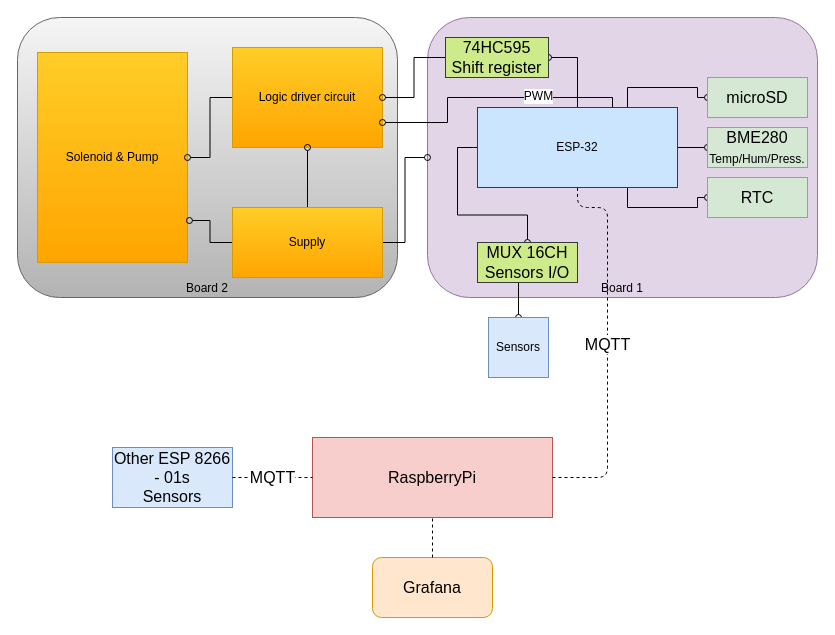
Earlier version of the draw.io diagram docs/other/sys-dia-v3-3.drawio (br-mat/bewae). Source tidied: cells renumbered, new cells numbered last; positions are measured from the earlier drawing's top-left corner, leaving out a move shared by most shapes. Both pictures are drawn from the tidied source at 100%, with x=0, y=0 at pixel (17, 17).
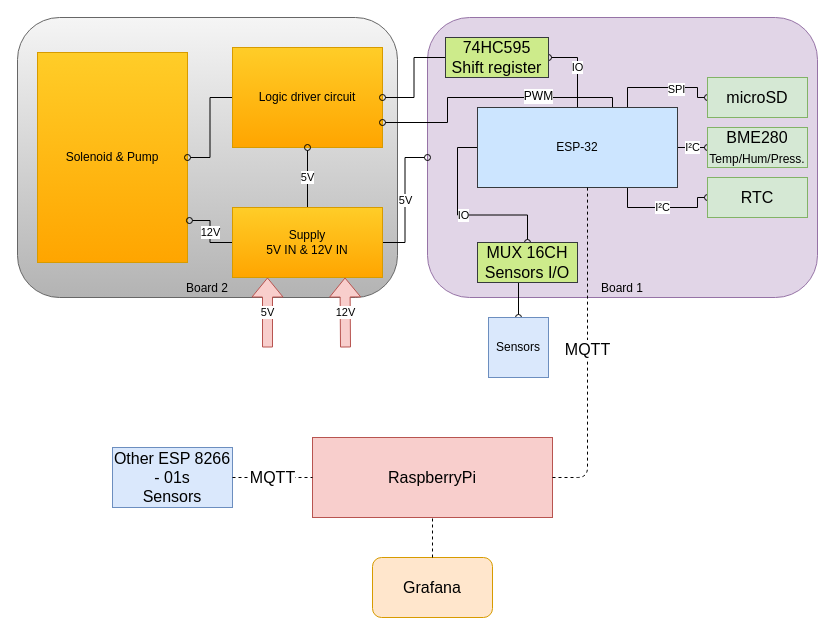
After the change.

Unchanged cells that the change refers to:
```xml
<mxCell id="2" value="Board 1" style="rounded=1;whiteSpace=wrap;html=1;fillColor=#e1d5e7;strokeColor=#9673a6;verticalAlign=bottom;" parent="1" vertex="1">
  <mxGeometry x="410" width="390" height="280" as="geometry" />
</mxCell>
<mxCell id="4" value="Solenoid &amp;amp; Pump" style="rounded=0;whiteSpace=wrap;html=1;align=center;gradientColor=#ffa500;fillColor=#ffcd28;strokeColor=#d79b00;" parent="1" vertex="1">
  <mxGeometry x="20" y="35" width="150" height="210" as="geometry" />
</mxCell>
<mxCell id="6" value="Logic driver circuit" style="rounded=0;whiteSpace=wrap;html=1;align=center;gradientColor=#ffa500;fillColor=#ffcd28;strokeColor=#d79b00;" parent="1" vertex="1">
  <mxGeometry x="215" y="30" width="150" height="100" as="geometry" />
</mxCell>
<mxCell id="16" style="edgeStyle=orthogonalEdgeStyle;rounded=0;jettySize=auto;html=1;exitX=0.75;exitY=0;exitDx=0;exitDy=0;entryX=0;entryY=0.5;entryDx=0;entryDy=0;endArrow=oval;endFill=0;" parent="1" edge="1" source="18" target="25">
  <mxGeometry relative="1" as="geometry" />
</mxCell>
<mxCell id="18" value="ESP-32" style="rounded=0;whiteSpace=wrap;html=1;align=center;fillColor=#cce5ff;strokeColor=#36393d;" parent="1" vertex="1">
  <mxGeometry x="460" y="90" width="200" height="80" as="geometry" />
</mxCell>
<mxCell id="20" value="MUX 16CH&lt;br&gt;Sensors I/O" style="rounded=0;whiteSpace=wrap;html=1;fontSize=16;fillColor=#cdeb8b;strokeColor=#36393d;" parent="1" vertex="1">
  <mxGeometry x="460" y="225" width="100" height="40" as="geometry" />
</mxCell>
<mxCell id="22" value="74HC595&lt;br&gt;Shift register" style="rounded=0;whiteSpace=wrap;html=1;fontSize=16;fillColor=#cdeb8b;strokeColor=#36393d;" parent="1" vertex="1">
  <mxGeometry x="428" y="20" width="103" height="40" as="geometry" />
</mxCell>
<mxCell id="23" value="RTC" style="rounded=0;whiteSpace=wrap;html=1;fontSize=16;fillColor=#d5e8d4;strokeColor=#82b366;gradientColor=none;" parent="1" vertex="1">
  <mxGeometry x="690" y="160" width="100" height="40" as="geometry" />
</mxCell>
<mxCell id="24" value="BME280&lt;br&gt;&lt;font style=&quot;font-size: 12px&quot;&gt;Temp/Hum/Press.&lt;/font&gt;" style="rounded=0;whiteSpace=wrap;html=1;fontSize=16;fillColor=#d5e8d4;strokeColor=#82b366;" parent="1" vertex="1">
  <mxGeometry x="690" y="110" width="100" height="40" as="geometry" />
</mxCell>
<mxCell id="27" value="RaspberryPi" style="rounded=0;whiteSpace=wrap;html=1;fontSize=16;fillColor=#f8cecc;strokeColor=#b85450;" parent="1" vertex="1">
  <mxGeometry x="295" y="420" width="240" height="80" as="geometry" />
</mxCell>
```

Diff of the diagram source:
```diff
@@
-    <mxCell id="7" style="edgeStyle=orthogonalEdgeStyle;rounded=0;jettySize=auto;html=1;exitX=0;exitY=0.5;exitDx=0;exitDy=0;entryX=1.013;entryY=0.8;entryDx=0;entryDy=0;entryPerimeter=0;endArrow=oval;endFill=0;" parent="1" edge="1" source="10" target="4">
+    <mxCell id="7" value="12V" style="edgeStyle=orthogonalEdgeStyle;rounded=0;jettySize=auto;html=1;exitX=0;exitY=0.5;exitDx=0;exitDy=0;entryX=1.013;entryY=0.8;entryDx=0;entryDy=0;entryPerimeter=0;endArrow=oval;endFill=0;" parent="1" edge="1" source="10" target="4">
       <mxGeometry relative="1" as="geometry" />
     </mxCell>
-    <mxCell id="8" style="edgeStyle=orthogonalEdgeStyle;rounded=0;jettySize=auto;html=1;exitX=0.5;exitY=0;exitDx=0;exitDy=0;entryX=0.5;entryY=1;entryDx=0;entryDy=0;endArrow=oval;endFill=0;" parent="1" edge="1" source="10" target="6">
+    <mxCell id="8" value="5V" style="edgeStyle=orthogonalEdgeStyle;rounded=0;jettySize=auto;html=1;exitX=0.5;exitY=0;exitDx=0;exitDy=0;entryX=0.5;entryY=1;entryDx=0;entryDy=0;endArrow=oval;endFill=0;" parent="1" edge="1" source="10" target="6">
       <mxGeometry relative="1" as="geometry" />
     </mxCell>
-    <mxCell id="9" style="edgeStyle=orthogonalEdgeStyle;rounded=0;jettySize=auto;html=1;exitX=1;exitY=0.5;exitDx=0;exitDy=0;endArrow=oval;endFill=0;" parent="1" edge="1" source="10" target="2">
+    <mxCell id="9" value="5V" style="edgeStyle=orthogonalEdgeStyle;rounded=0;jettySize=auto;html=1;exitX=1;exitY=0.5;exitDx=0;exitDy=0;endArrow=oval;endFill=0;" parent="1" edge="1" source="10" target="2">
       <mxGeometry relative="1" as="geometry" />
     </mxCell>
-    <mxCell id="10" value="Supply" style="rounded=0;whiteSpace=wrap;html=1;align=center;gradientColor=#ffa500;fillColor=#ffcd28;strokeColor=#d79b00;" parent="1" vertex="1">
+    <mxCell id="10" value="Supply&lt;br&gt;5V IN &amp;amp; 12V IN" style="rounded=0;whiteSpace=wrap;html=1;align=center;gradientColor=#ffa500;fillColor=#ffcd28;strokeColor=#d79b00;" parent="1" vertex="1">
       <mxGeometry x="215" y="190" width="150" height="70" as="geometry" />
     </mxCell>
@@
-    <mxCell id="13" style="edgeStyle=orthogonalEdgeStyle;rounded=0;jettySize=auto;html=1;exitX=0.5;exitY=0;exitDx=0;exitDy=0;entryX=1;entryY=0.5;entryDx=0;entryDy=0;endArrow=oval;endFill=0;" parent="1" edge="1" source="18" target="22">
+    <mxCell id="13" value="IO" style="edgeStyle=orthogonalEdgeStyle;rounded=0;jettySize=auto;html=1;exitX=0.5;exitY=0;exitDx=0;exitDy=0;entryX=1;entryY=0.5;entryDx=0;entryDy=0;endArrow=oval;endFill=0;" parent="1" edge="1" source="18" target="22">
       <mxGeometry relative="1" as="geometry" />
     </mxCell>
-    <mxCell id="14" style="edgeStyle=orthogonalEdgeStyle;rounded=0;jettySize=auto;html=1;exitX=0;exitY=0.5;exitDx=0;exitDy=0;entryX=0.5;entryY=0;entryDx=0;entryDy=0;endArrow=oval;endFill=0;" parent="1" edge="1" source="18" target="20">
+    <mxCell id="14" value="IO" style="edgeStyle=orthogonalEdgeStyle;rounded=0;jettySize=auto;html=1;exitX=0;exitY=0.5;exitDx=0;exitDy=0;entryX=0.5;entryY=0;entryDx=0;entryDy=0;endArrow=oval;endFill=0;" parent="1" edge="1" source="18" target="20">
       <mxGeometry relative="1" as="geometry" />
     </mxCell>
-    <mxCell id="15" style="edgeStyle=orthogonalEdgeStyle;rounded=0;jettySize=auto;html=1;exitX=1;exitY=0.5;exitDx=0;exitDy=0;entryX=0;entryY=0.5;entryDx=0;entryDy=0;endArrow=oval;endFill=0;" parent="1" edge="1" source="18" target="24">
+    <mxCell id="15" value="I²C" style="edgeStyle=orthogonalEdgeStyle;rounded=0;jettySize=auto;html=1;exitX=1;exitY=0.5;exitDx=0;exitDy=0;entryX=0;entryY=0.5;entryDx=0;entryDy=0;endArrow=oval;endFill=0;" parent="1" edge="1" source="18" target="24">
       <mxGeometry relative="1" as="geometry" />
     </mxCell>
@@
+    <mxCell id="33" value="SPI" style="edgeLabel;html=1;align=center;verticalAlign=middle;" parent="16" vertex="1">
+      <mxGeometry x="0.23" y="-1" relative="1" as="geometry" />
+    </mxCell>
-    <mxCell id="17" style="edgeStyle=orthogonalEdgeStyle;rounded=0;jettySize=auto;html=1;exitX=0.75;exitY=1;exitDx=0;exitDy=0;entryX=0;entryY=0.5;entryDx=0;entryDy=0;endArrow=oval;endFill=0;" parent="1" edge="1" source="18" target="23">
+    <mxCell id="17" value="I²C" style="edgeStyle=orthogonalEdgeStyle;rounded=0;jettySize=auto;html=1;exitX=0.75;exitY=1;exitDx=0;exitDy=0;entryX=0;entryY=0.5;entryDx=0;entryDy=0;endArrow=oval;endFill=0;" parent="1" edge="1" source="18" target="23">
       <mxGeometry relative="1" as="geometry" />
     </mxCell>
@@
-    <mxCell id="28" value="MQTT" style="endArrow=none;dashed=1;html=1;fontSize=16;entryX=0.5;entryY=1;entryDx=0;entryDy=0;exitX=1;exitY=0.5;exitDx=0;exitDy=0;" parent="1" edge="1" source="27" target="18">
+    <mxCell id="28" value="MQTT" style="endArrow=none;dashed=1;html=1;fontSize=16;exitX=1;exitY=0.5;exitDx=0;exitDy=0;" parent="1" edge="1" source="27">
       <mxGeometry relative="1" as="geometry">
+        <mxPoint x="570" y="170" as="targetPoint" />
         <Array as="points">
-          <mxPoint x="590" y="460" />
-          <mxPoint x="590" y="340" />
-          <mxPoint x="590" y="190" />
-          <mxPoint x="560" y="190" />
+          <mxPoint x="570" y="460" />
+          <mxPoint x="570" y="210" />
         </Array>
       </mxGeometry>
     </mxCell>
@@
+    <mxCell id="34" value="5V" style="shape=flexArrow;endArrow=classic;html=1;rounded=0;fillColor=#f8cecc;strokeColor=#b85450;" parent="1" edge="1">
+      <mxGeometry relative="1" as="geometry">
+        <mxPoint x="250" y="330" as="sourcePoint" />
+        <mxPoint x="250" y="260" as="targetPoint" />
+      </mxGeometry>
+    </mxCell>
+    <mxCell id="35" value="12V" style="shape=flexArrow;endArrow=classic;html=1;rounded=0;entryX=0.75;entryY=1;entryDx=0;entryDy=0;fillColor=#f8cecc;strokeColor=#b85450;" parent="1" edge="1" target="10">
+      <mxGeometry relative="1" as="geometry">
+        <mxPoint x="328" y="330" as="sourcePoint" />
+      </mxGeometry>
+    </mxCell>
```
